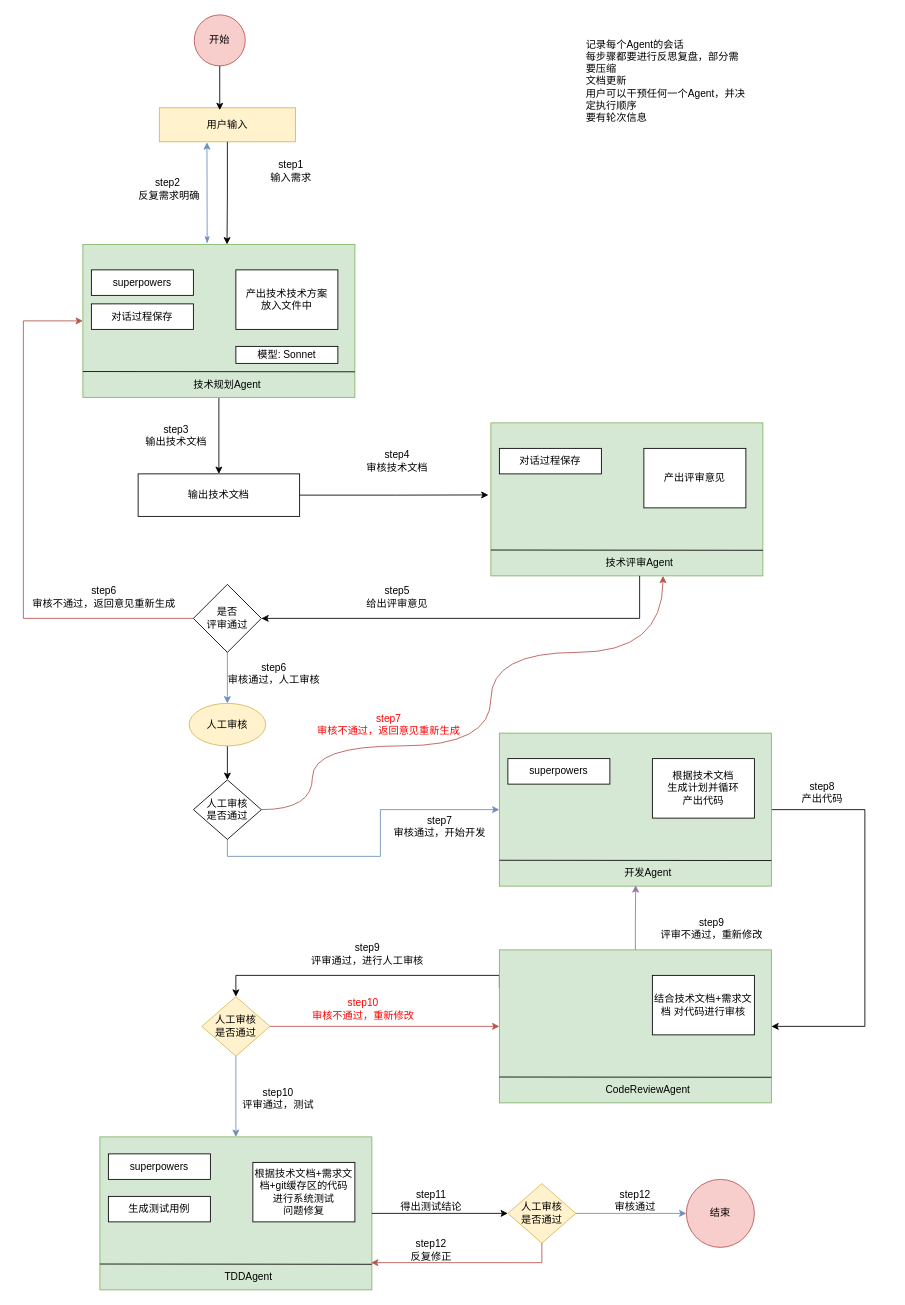
Before: SSJJ2/开发Agent设计.drawio in Ordertiny/graph, a draw.io diagram. Source tidied: cells renumbered, new cells numbered last; positions are measured from the earlier drawing's top-left corner, leaving out a move shared by most shapes. Both pictures are drawn from the tidied source at 85%, with x=0, y=0 at pixel (23, 14).
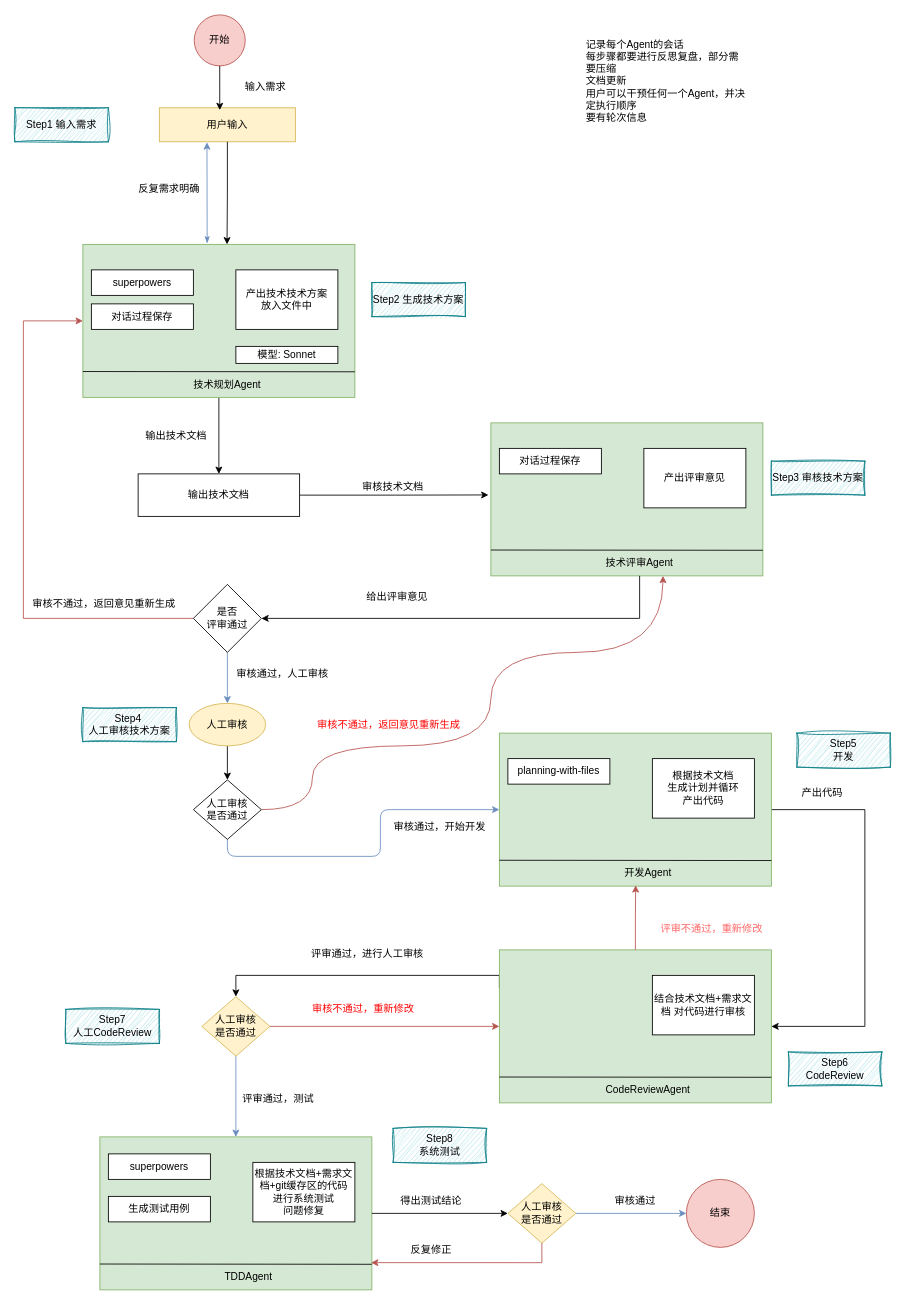
After the change.

Commit message:
更新开发Agent设计.drawio

The change refers to these unchanged cells:
```xml
<mxCell id="38" value="人工审核&lt;div&gt;是否通过&lt;/div&gt;" style="rhombus;whiteSpace=wrap;html=1;" parent="1" vertex="1">
  <mxGeometry x="200" y="900" width="80" height="70" as="geometry" />
</mxCell>
<mxCell id="41" style="rounded=0;whiteSpace=wrap;html=1;fillColor=#d5e8d4;strokeColor=#82b366;" parent="1" vertex="1">
  <mxGeometry x="560" y="845" width="320" height="180" as="geometry" />
</mxCell>
<mxCell id="43" value="开发Agent" style="text;html=1;whiteSpace=wrap;strokeColor=none;fillColor=none;align=center;verticalAlign=middle;rounded=0;" parent="1" vertex="1">
  <mxGeometry x="680" y="995" width="110" height="30" as="geometry" />
</mxCell>
<mxCell id="48" style="rounded=0;whiteSpace=wrap;html=1;fillColor=#d5e8d4;strokeColor=#82b366;" parent="1" vertex="1">
  <mxGeometry x="560" y="1100" width="320" height="180" as="geometry" />
</mxCell>
```

Change to the diagram source:
```diff
@@
-    <mxCell id="19" value="step3&lt;div&gt;输出技术文档&lt;/div&gt;" style="text;html=1;whiteSpace=wrap;strokeColor=none;fillColor=none;align=center;verticalAlign=middle;rounded=0;" parent="1" vertex="1">
+    <mxCell id="19" value="&lt;div&gt;输出技术文档&lt;/div&gt;" style="text;html=1;whiteSpace=wrap;strokeColor=none;fillColor=none;align=center;verticalAlign=middle;rounded=0;" parent="1" vertex="1">
       <mxGeometry x="130" y="480" width="100" height="30" as="geometry" />
     </mxCell>
@@
-    <mxCell id="21" value="step1&lt;div&gt;输入需求&lt;/div&gt;" style="text;html=1;whiteSpace=wrap;strokeColor=none;fillColor=none;align=center;verticalAlign=middle;rounded=0;" parent="1" vertex="1">
-      <mxGeometry x="250" y="169.3" width="130" height="30" as="geometry" />
+    <mxCell id="21" value="&lt;div&gt;输入需求&lt;/div&gt;" style="text;html=1;whiteSpace=wrap;strokeColor=none;fillColor=none;align=center;verticalAlign=middle;rounded=0;" parent="1" vertex="1">
+      <mxGeometry x="220" y="70" width="130" height="30" as="geometry" />
     </mxCell>
-    <mxCell id="22" value="step2&lt;div&gt;&amp;nbsp;反复需求明确&lt;/div&gt;" style="text;html=1;whiteSpace=wrap;strokeColor=none;fillColor=none;align=center;verticalAlign=middle;rounded=0;" parent="1" vertex="1">
+    <mxCell id="22" value="&lt;div&gt;&amp;nbsp;反复需求明确&lt;/div&gt;" style="text;html=1;whiteSpace=wrap;strokeColor=none;fillColor=none;align=center;verticalAlign=middle;rounded=0;" parent="1" vertex="1">
       <mxGeometry x="110" y="190" width="120" height="30" as="geometry" />
     </mxCell>
@@
-    <mxCell id="27" value="step4&lt;div&gt;审核技术文档&lt;/div&gt;" style="text;html=1;whiteSpace=wrap;strokeColor=none;fillColor=none;align=center;verticalAlign=middle;rounded=0;" parent="1" vertex="1">
-      <mxGeometry x="390" y="510" width="100" height="30" as="geometry" />
+    <mxCell id="27" value="&lt;div&gt;&lt;span style=&quot;background-color: transparent; color: light-dark(rgb(0, 0, 0), rgb(255, 255, 255));&quot;&gt;审核技术文档&lt;/span&gt;&lt;/div&gt;" style="text;html=1;whiteSpace=wrap;strokeColor=none;fillColor=none;align=center;verticalAlign=middle;rounded=0;" parent="1" vertex="1">
+      <mxGeometry x="385" y="540" width="100" height="30" as="geometry" />
     </mxCell>
@@
-    <mxCell id="31" value="step5&lt;div&gt;给出评审意见&lt;/div&gt;" style="text;html=1;whiteSpace=wrap;strokeColor=none;fillColor=none;align=center;verticalAlign=middle;rounded=0;" parent="1" vertex="1">
+    <mxCell id="31" value="&lt;div&gt;给出评审意见&lt;/div&gt;" style="text;html=1;whiteSpace=wrap;strokeColor=none;fillColor=none;align=center;verticalAlign=middle;rounded=0;" parent="1" vertex="1">
       <mxGeometry x="375" y="670" width="130" height="30" as="geometry" />
     </mxCell>
-    <mxCell id="32" value="step6&lt;div&gt;审核不通过，返回意见重新生成&lt;/div&gt;" style="text;html=1;whiteSpace=wrap;strokeColor=none;fillColor=none;align=center;verticalAlign=middle;rounded=0;" parent="1" vertex="1">
+    <mxCell id="32" value="&lt;div&gt;&lt;span style=&quot;background-color: transparent; color: light-dark(rgb(0, 0, 0), rgb(255, 255, 255));&quot;&gt;&lt;br&gt;&lt;/span&gt;&lt;/div&gt;&lt;span style=&quot;background-color: transparent; color: light-dark(rgb(0, 0, 0), rgb(255, 255, 255));&quot;&gt;审核不通过，返回意见重新生成&lt;/span&gt;" style="text;html=1;whiteSpace=wrap;strokeColor=none;fillColor=none;align=center;verticalAlign=middle;rounded=0;" parent="1" vertex="1">
       <mxGeometry y="670" width="190" height="30" as="geometry" />
     </mxCell>
@@
-    <mxCell id="35" value="step6&lt;div&gt;审核通过，人工审核&lt;/div&gt;" style="text;html=1;whiteSpace=wrap;strokeColor=none;fillColor=none;align=center;verticalAlign=middle;rounded=0;" parent="1" vertex="1">
-      <mxGeometry x="230" y="760" width="130" height="30" as="geometry" />
+    <mxCell id="35" value="&lt;span style=&quot;background-color: transparent; color: light-dark(rgb(0, 0, 0), rgb(255, 255, 255));&quot;&gt;审核通过，人工审核&lt;/span&gt;" style="text;html=1;whiteSpace=wrap;strokeColor=none;fillColor=none;align=center;verticalAlign=middle;rounded=0;" parent="1" vertex="1">
+      <mxGeometry x="240" y="760" width="130" height="30" as="geometry" />
     </mxCell>
-    <mxCell id="36" style="edgeStyle=orthogonalEdgeStyle;rounded=0;jettySize=auto;html=1;exitX=0.5;exitY=1;exitDx=0;exitDy=0;fillColor=#dae8fc;strokeColor=#6c8ebf;" parent="1" edge="1" source="38" target="41">
+    <mxCell id="36" style="edgeStyle=orthogonalEdgeStyle;rounded=1;jettySize=auto;html=1;exitX=0.5;exitY=1;exitDx=0;exitDy=0;fillColor=#dae8fc;strokeColor=#6c8ebf;curved=0;" parent="1" edge="1" source="38" target="41">
       <mxGeometry relative="1" as="geometry" />
     </mxCell>
@@
-    <mxCell id="39" value="step7&lt;div&gt;审核不通过，返回意见重新生成&lt;/div&gt;" style="text;html=1;whiteSpace=wrap;strokeColor=none;fillColor=none;align=center;verticalAlign=middle;rounded=0;fontColor=#FF0000;" parent="1" vertex="1">
+    <mxCell id="39" value="&lt;div&gt;审核不通过，返回意见重新生成&lt;/div&gt;" style="text;html=1;whiteSpace=wrap;strokeColor=none;fillColor=none;align=center;verticalAlign=middle;rounded=0;fontColor=#FF0000;" parent="1" vertex="1">
       <mxGeometry x="340" y="810" width="180" height="50" as="geometry" />
     </mxCell>
@@
-    <mxCell id="44" value="superpowers" style="rounded=0;whiteSpace=wrap;html=1;" parent="1" vertex="1">
+    <mxCell id="44" value="planning-with-files" style="rounded=0;whiteSpace=wrap;html=1;" parent="1" vertex="1">
       <mxGeometry x="570" y="875" width="120" height="30" as="geometry" />
     </mxCell>
@@
-    <mxCell id="46" value="step7&lt;div&gt;审核通过，开始开发&lt;/div&gt;" style="text;html=1;whiteSpace=wrap;strokeColor=none;fillColor=none;align=center;verticalAlign=middle;rounded=0;" parent="1" vertex="1">
+    <mxCell id="46" value="&lt;div&gt;审核通过，开始开发&lt;/div&gt;" style="text;html=1;whiteSpace=wrap;strokeColor=none;fillColor=none;align=center;verticalAlign=middle;rounded=0;" parent="1" vertex="1">
       <mxGeometry x="400" y="930" width="180" height="50" as="geometry" />
     </mxCell>
@@
-    <mxCell id="52" value="step8&lt;div&gt;产出代码&lt;/div&gt;" style="text;html=1;whiteSpace=wrap;strokeColor=none;fillColor=none;align=center;verticalAlign=middle;rounded=0;" parent="1" vertex="1">
+    <mxCell id="52" value="&lt;span style=&quot;background-color: transparent; color: light-dark(rgb(0, 0, 0), rgb(255, 255, 255));&quot;&gt;产出代码&lt;/span&gt;" style="text;html=1;whiteSpace=wrap;strokeColor=none;fillColor=none;align=center;verticalAlign=middle;rounded=0;" parent="1" vertex="1">
       <mxGeometry x="910" y="900" width="60" height="30" as="geometry" />
     </mxCell>
-    <mxCell id="53" style="edgeStyle=orthogonalEdgeStyle;rounded=0;jettySize=auto;html=1;exitX=0.5;exitY=0;exitDx=0;exitDy=0;entryX=0.367;entryY=0.967;entryDx=0;entryDy=0;entryPerimeter=0;fillColor=#e1d5e7;strokeColor=#9673a6;" parent="1" edge="1" source="48" target="43">
+    <mxCell id="53" style="edgeStyle=orthogonalEdgeStyle;rounded=0;jettySize=auto;html=1;exitX=0.5;exitY=0;exitDx=0;exitDy=0;entryX=0.367;entryY=0.967;entryDx=0;entryDy=0;entryPerimeter=0;fillColor=#f8cecc;strokeColor=#b85450;fontColor=#FF6666;" parent="1" edge="1" source="48" target="43">
       <mxGeometry relative="1" as="geometry" />
     </mxCell>
-    <mxCell id="54" value="step9&lt;div&gt;评审不通过，重新修改&lt;/div&gt;" style="text;html=1;whiteSpace=wrap;strokeColor=none;fillColor=none;align=center;verticalAlign=middle;rounded=0;" parent="1" vertex="1">
+    <mxCell id="54" value="&lt;div&gt;评审不通过，重新修改&lt;/div&gt;" style="text;html=1;whiteSpace=wrap;strokeColor=none;fillColor=none;align=center;verticalAlign=middle;rounded=0;fontColor=#FF6666;" parent="1" vertex="1">
       <mxGeometry x="730" y="1060" width="160" height="30" as="geometry" />
     </mxCell>
@@
-    <mxCell id="58" value="step10&lt;div&gt;审核不通过，重新修改&lt;/div&gt;" style="text;html=1;whiteSpace=wrap;strokeColor=none;fillColor=none;align=center;verticalAlign=middle;rounded=0;fontColor=#FF0000;" parent="1" vertex="1">
+    <mxCell id="58" value="&lt;div&gt;审核不通过，重新修改&lt;/div&gt;" style="text;html=1;whiteSpace=wrap;strokeColor=none;fillColor=none;align=center;verticalAlign=middle;rounded=0;fontColor=#FF0000;" parent="1" vertex="1">
       <mxGeometry x="315" y="1155" width="170" height="30" as="geometry" />
     </mxCell>
@@
-    <mxCell id="64" value="step9&lt;div&gt;评审通过，进行人工审核&lt;/div&gt;" style="text;html=1;whiteSpace=wrap;strokeColor=none;fillColor=none;align=center;verticalAlign=middle;rounded=0;" parent="1" vertex="1">
+    <mxCell id="64" value="&lt;div&gt;评审通过，进行人工审核&lt;/div&gt;" style="text;html=1;whiteSpace=wrap;strokeColor=none;fillColor=none;align=center;verticalAlign=middle;rounded=0;" parent="1" vertex="1">
       <mxGeometry x="325" y="1090" width="160" height="30" as="geometry" />
     </mxCell>
-    <mxCell id="65" value="step10&lt;div&gt;评审通过，测试&lt;/div&gt;" style="text;html=1;whiteSpace=wrap;strokeColor=none;fillColor=none;align=center;verticalAlign=middle;rounded=0;" parent="1" vertex="1">
+    <mxCell id="65" value="&lt;div&gt;评审通过，测试&lt;/div&gt;" style="text;html=1;whiteSpace=wrap;strokeColor=none;fillColor=none;align=center;verticalAlign=middle;rounded=0;" parent="1" vertex="1">
       <mxGeometry x="220" y="1260" width="160" height="30" as="geometry" />
     </mxCell>
@@
-    <mxCell id="68" value="step11&lt;div&gt;得出测试结论&lt;/div&gt;" style="text;html=1;whiteSpace=wrap;strokeColor=none;fillColor=none;align=center;verticalAlign=middle;rounded=0;" parent="1" vertex="1">
+    <mxCell id="68" value="&lt;div&gt;得出测试结论&lt;/div&gt;" style="text;html=1;whiteSpace=wrap;strokeColor=none;fillColor=none;align=center;verticalAlign=middle;rounded=0;" parent="1" vertex="1">
       <mxGeometry x="440" y="1380" width="80" height="30" as="geometry" />
     </mxCell>
@@
-    <mxCell id="72" value="step12&lt;div&gt;反复修正&lt;/div&gt;" style="text;html=1;whiteSpace=wrap;strokeColor=none;fillColor=none;align=center;verticalAlign=middle;rounded=0;" parent="1" vertex="1">
+    <mxCell id="72" value="&lt;div&gt;反复修正&lt;/div&gt;" style="text;html=1;whiteSpace=wrap;strokeColor=none;fillColor=none;align=center;verticalAlign=middle;rounded=0;" parent="1" vertex="1">
       <mxGeometry x="440" y="1438" width="80" height="30" as="geometry" />
     </mxCell>
@@
-    <mxCell id="74" value="&lt;div&gt;step12&lt;/div&gt;审核通过" style="text;html=1;whiteSpace=wrap;strokeColor=none;fillColor=none;align=center;verticalAlign=middle;rounded=0;" parent="1" vertex="1">
+    <mxCell id="74" value="&lt;div&gt;&lt;span style=&quot;background-color: transparent; color: light-dark(rgb(0, 0, 0), rgb(255, 255, 255));&quot;&gt;审核通过&lt;/span&gt;&lt;/div&gt;" style="text;html=1;whiteSpace=wrap;strokeColor=none;fillColor=none;align=center;verticalAlign=middle;rounded=0;" parent="1" vertex="1">
       <mxGeometry x="690" y="1380" width="60" height="30" as="geometry" />
     </mxCell>
@@
+    <mxCell id="76" value="Step1 输入需求" style="rounded=0;whiteSpace=wrap;html=1;sketch=1;curveFitting=1;jiggle=2;fillColor=#b0e3e6;strokeColor=#0e8088;" parent="1" vertex="1">
+      <mxGeometry x="-10" y="109.3" width="110" height="40" as="geometry" />
+    </mxCell>
+    <mxCell id="77" value="Step2 生成技术方案" style="rounded=0;whiteSpace=wrap;html=1;sketch=1;curveFitting=1;jiggle=2;fillColor=#b0e3e6;strokeColor=#0e8088;" parent="1" vertex="1">
+      <mxGeometry x="410" y="315" width="110" height="40" as="geometry" />
+    </mxCell>
+    <mxCell id="78" value="Step3 审核技术方案" style="rounded=0;whiteSpace=wrap;html=1;sketch=1;curveFitting=1;jiggle=2;fillColor=#b0e3e6;strokeColor=#0e8088;" parent="1" vertex="1">
+      <mxGeometry x="880" y="525" width="110" height="40" as="geometry" />
+    </mxCell>
+    <mxCell id="79" value="Step4&amp;nbsp;&lt;div&gt;人工审核技术方案&lt;/div&gt;" style="rounded=0;whiteSpace=wrap;html=1;sketch=1;curveFitting=1;jiggle=2;fillColor=#b0e3e6;strokeColor=#0e8088;" parent="1" vertex="1">
+      <mxGeometry x="70" y="815" width="110" height="40" as="geometry" />
+    </mxCell>
+    <mxCell id="80" value="Step5&lt;div&gt;开发&lt;/div&gt;" style="rounded=0;whiteSpace=wrap;html=1;sketch=1;curveFitting=1;jiggle=2;fillColor=#b0e3e6;strokeColor=#0e8088;" parent="1" vertex="1">
+      <mxGeometry x="910" y="845" width="110" height="40" as="geometry" />
+    </mxCell>
+    <mxCell id="81" value="Step6&lt;div&gt;CodeReview&lt;/div&gt;" style="rounded=0;whiteSpace=wrap;html=1;sketch=1;curveFitting=1;jiggle=2;fillColor=#b0e3e6;strokeColor=#0e8088;" parent="1" vertex="1">
+      <mxGeometry x="900" y="1220" width="110" height="40" as="geometry" />
+    </mxCell>
+    <mxCell id="82" value="Step7&lt;div&gt;人工CodeReview&lt;/div&gt;" style="rounded=0;whiteSpace=wrap;html=1;sketch=1;curveFitting=1;jiggle=2;fillColor=#b0e3e6;strokeColor=#0e8088;" parent="1" vertex="1">
+      <mxGeometry x="50" y="1170" width="110" height="40" as="geometry" />
+    </mxCell>
+    <mxCell id="83" value="Step8&lt;div&gt;系统测试&lt;/div&gt;" style="rounded=0;whiteSpace=wrap;html=1;sketch=1;curveFitting=1;jiggle=2;fillColor=#b0e3e6;strokeColor=#0e8088;" parent="1" vertex="1">
+      <mxGeometry x="435" y="1310" width="110" height="40" as="geometry" />
+    </mxCell>
```
